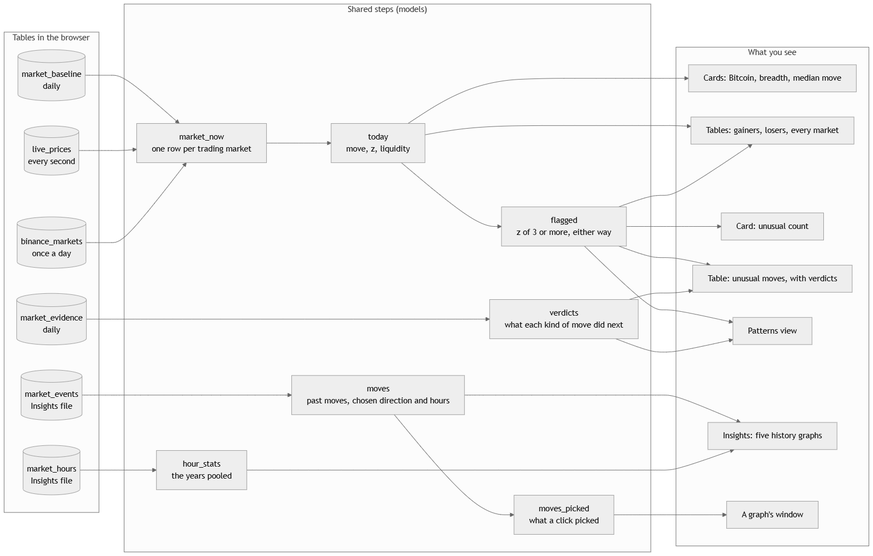
Earlier version of the Mermaid export docs/images/diagrams/browser-models.png (shivam65-sketch/medusa). Its source is kept beside it as docs/diagrams/browser-models.mmd. The source it was exported from:
```mermaid
%%{init: {"theme": "neutral"}}%%
flowchart LR
  subgraph TBL["Tables in the browser"]
    mb[("market_baseline<br>daily")]
    lp[("live_prices<br>every second")]
    bm[("binance_markets<br>once a day")]
    me[("market_evidence<br>daily")]
    ev[("market_events<br>Insights file")]
    hr[("market_hours<br>Insights file")]
  end
  subgraph MOD["Shared steps (models)"]
    now["market_now<br>one row per trading market"]
    tod["today<br>move, z, liquidity"]
    fl["flagged<br>z of 3 or more, either way"]
    vd["verdicts<br>what each kind of move did next"]
    mv["moves<br>past moves, chosen direction and hours"]
    pk["moves_picked<br>what a click picked"]
    hs["hour_stats<br>the years pooled"]
  end
  subgraph OUT["What you see"]
    c1["Cards: Bitcoin, breadth, median move"]
    c2["Tables: gainers, losers, every market"]
    c3["Card: unusual count"]
    c4["Table: unusual moves, with verdicts"]
    c5["Patterns view"]
    c6["Insights: five history graphs"]
    c7["A graph's window"]
  end
  mb --> now
  lp --> now
  bm --> now
  now --> tod --> fl
  me --> vd
  ev --> mv --> pk
  hr --> hs
  tod --> c1
  tod --> c2
  fl --> c2
  fl --> c3
  fl --> c4
  vd --> c4
  fl --> c5
  vd --> c5
  mv --> c6
  hs --> c6
  pk --> c7
```
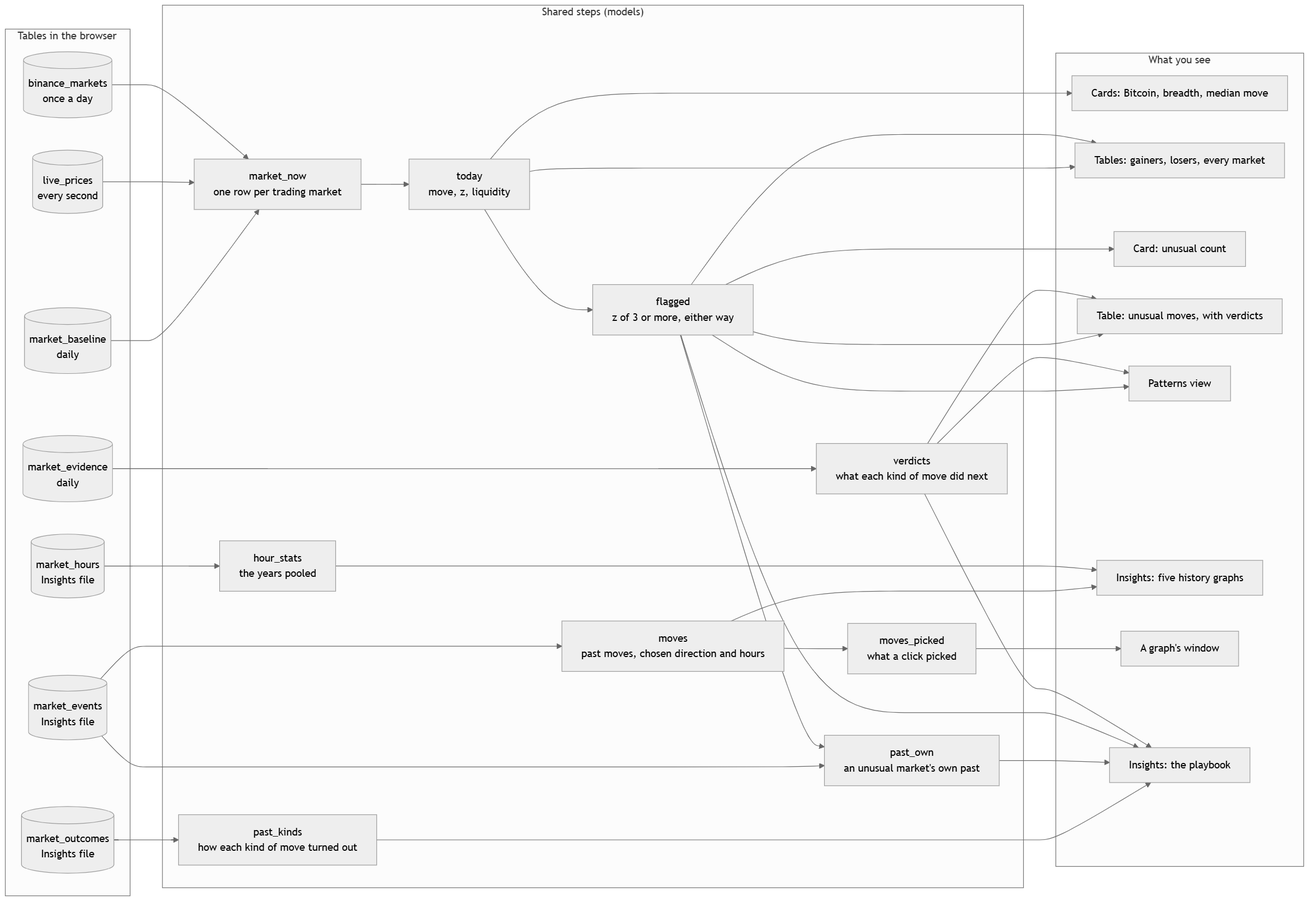
Above is the later version.

Diff of the diagram source:
```diff
@@ -7,6 +7,7 @@
     me[("market_evidence<br>daily")]
     ev[("market_events<br>Insights file")]
     hr[("market_hours<br>Insights file")]
+    ou[("market_outcomes<br>Insights file")]
   end
   subgraph MOD["Shared steps (models)"]
     now["market_now<br>one row per trading market"]
@@ -16,6 +17,8 @@
     mv["moves<br>past moves, chosen direction and hours"]
     pk["moves_picked<br>what a click picked"]
     hs["hour_stats<br>the years pooled"]
+    pk2["past_kinds<br>how each kind of move turned out"]
+    own["past_own<br>an unusual market's own past"]
   end
   subgraph OUT["What you see"]
     c1["Cards: Bitcoin, breadth, median move"]
@@ -25,6 +28,7 @@
     c5["Patterns view"]
     c6["Insights: five history graphs"]
     c7["A graph's window"]
+    c8["Insights: the playbook"]
   end
   mb --> now
   lp --> now
@@ -44,3 +48,8 @@
   mv --> c6
   hs --> c6
   pk --> c7
+  ou --> pk2 --> c8
+  ev --> own --> c8
+  fl --> own
+  fl --> c8
+  vd --> c8
```
